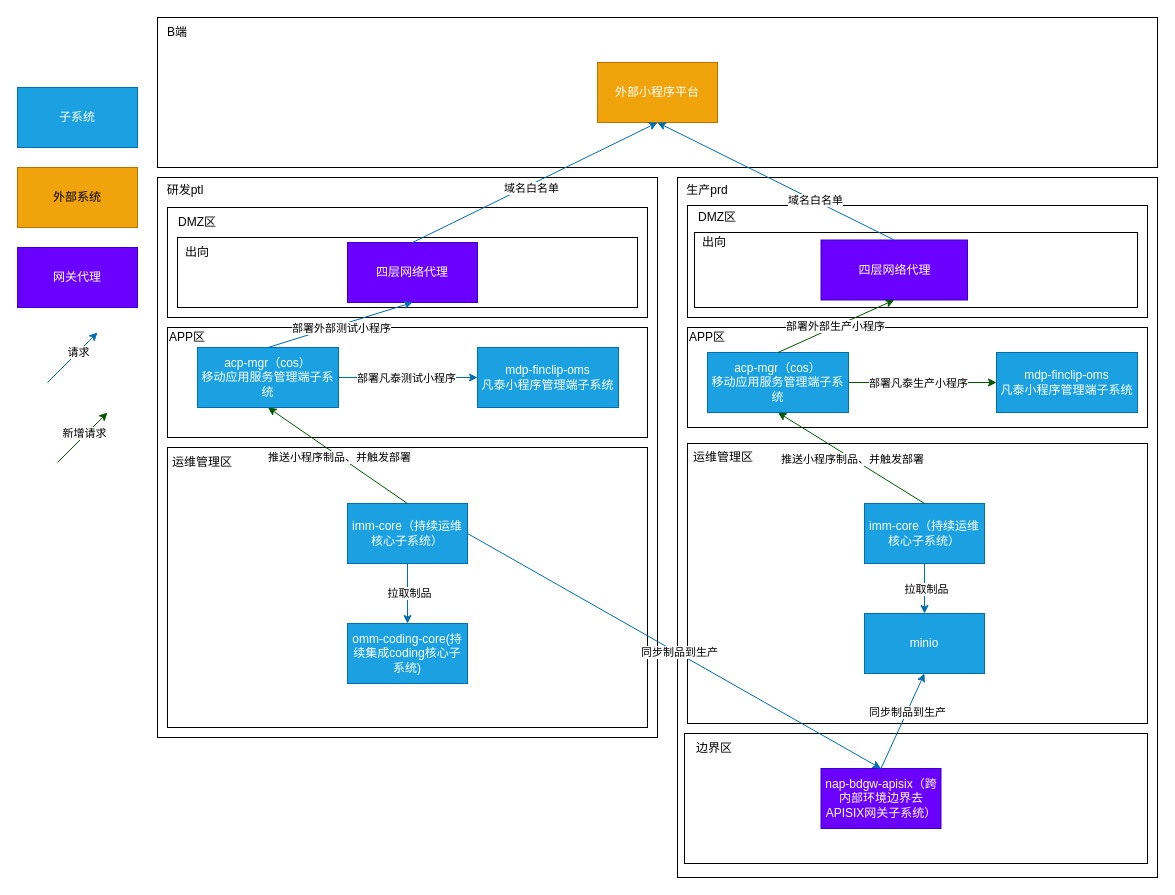
Above: 小程序发布部署架构图-生产有C端专区--发ptl finclip--生产cos.drawio in lao-chengyong/- (draw.io), before the change. Source tidied: cells renumbered, new cells numbered last; positions are measured from the earlier drawing's top-left corner, leaving out a move shared by most shapes. Both pictures are drawn from the tidied source at 100%, with x=0, y=0 at pixel (17, 17).
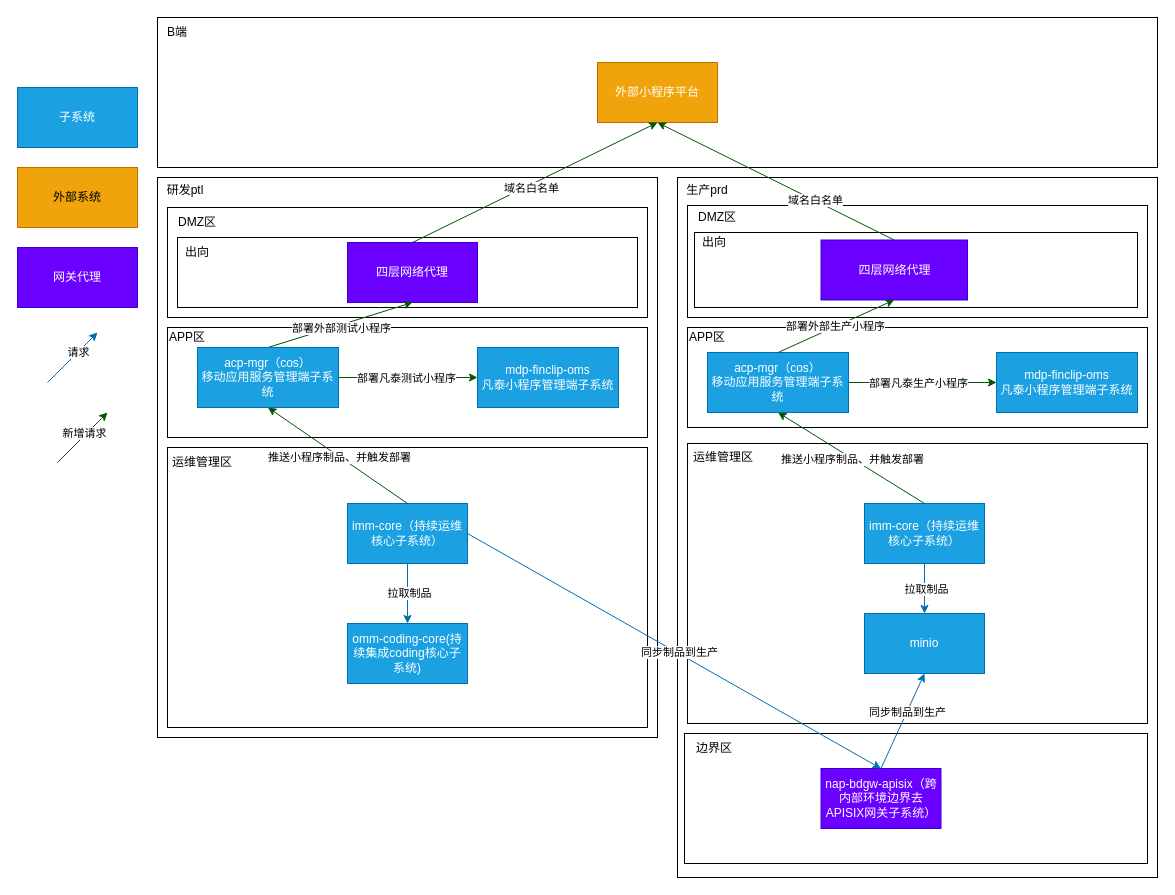
The same diagram, later.

Commit message:
更新小程序发布部署架构图-生产有C端专区--发ptl finclip--生产cos.drawio

Unchanged cells that the change refers to:
```xml
<mxCell id="16" value="四层网络代理" style="rounded=0;whiteSpace=wrap;html=1;fillColor=#6a00ff;fontColor=#ffffff;strokeColor=#3700CC;" parent="1" vertex="1">
  <mxGeometry x="330" y="225" width="130" height="60" as="geometry" />
</mxCell>
<mxCell id="17" value="四层网络代理" style="rounded=0;whiteSpace=wrap;html=1;fillColor=#6a00ff;fontColor=#ffffff;strokeColor=#3700CC;" parent="1" vertex="1">
  <mxGeometry x="803.5" y="222.5" width="146.5" height="60" as="geometry" />
</mxCell>
<mxCell id="26" value="外部小程序平台" style="rounded=0;whiteSpace=wrap;html=1;fillColor=#f0a30a;fontColor=#FFFFFF;strokeColor=#BD7000;" parent="1" vertex="1">
  <mxGeometry x="580" y="45" width="120" height="60" as="geometry" />
</mxCell>
<mxCell id="55" value="mdp-finclip-oms&lt;br&gt;凡泰小程序管理端子系统" style="rounded=0;whiteSpace=wrap;html=1;fillColor=#1ba1e2;fontColor=#ffffff;strokeColor=#006EAF;" parent="1" vertex="1">
  <mxGeometry x="460" y="330" width="141" height="60" as="geometry" />
</mxCell>
<mxCell id="69" value="acp-mgr（cos）&lt;br&gt;移动应用服务管理端子系统" style="rounded=0;whiteSpace=wrap;html=1;fillColor=#1ba1e2;fontColor=#ffffff;strokeColor=#006EAF;" parent="1" vertex="1">
  <mxGeometry x="180" y="330" width="141" height="60" as="geometry" />
</mxCell>
```

Change to the diagram source:
```diff
@@
-    <mxCell id="27" style="endArrow=classic;html=1;rounded=0;exitX=0.5;exitY=0;exitDx=0;exitDy=0;fillColor=#1ba1e2;strokeColor=#006EAF;entryX=0.5;entryY=1;entryDx=0;entryDy=0;" parent="1" edge="1" source="16" target="26">
+    <mxCell id="27" style="endArrow=classic;html=1;rounded=0;exitX=0.5;exitY=0;exitDx=0;exitDy=0;fillColor=#008a00;strokeColor=#005700;entryX=0.5;entryY=1;entryDx=0;entryDy=0;" parent="1" edge="1" source="16" target="26">
       <mxGeometry relative="1" as="geometry" />
     </mxCell>
@@
-    <mxCell id="29" style="endArrow=classic;html=1;rounded=0;exitX=0.5;exitY=0;exitDx=0;exitDy=0;fillColor=#1ba1e2;strokeColor=#006EAF;entryX=0.5;entryY=1;entryDx=0;entryDy=0;" parent="1" edge="1" source="17" target="26">
+    <mxCell id="29" style="endArrow=classic;html=1;rounded=0;exitX=0.5;exitY=0;exitDx=0;exitDy=0;fillColor=#008a00;strokeColor=#005700;entryX=0.5;entryY=1;entryDx=0;entryDy=0;" parent="1" edge="1" source="17" target="26">
       <mxGeometry relative="1" as="geometry" />
     </mxCell>
@@
-    <mxCell id="56" style="endArrow=classic;html=1;rounded=0;exitX=0.5;exitY=0;exitDx=0;exitDy=0;fillColor=#1ba1e2;strokeColor=#006EAF;entryX=0.5;entryY=1;entryDx=0;entryDy=0;" parent="1" edge="1" source="69" target="16">
+    <mxCell id="56" style="endArrow=classic;html=1;rounded=0;exitX=0.5;exitY=0;exitDx=0;exitDy=0;fillColor=#008a00;strokeColor=#005700;entryX=0.5;entryY=1;entryDx=0;entryDy=0;" parent="1" edge="1" source="69" target="16">
       <mxGeometry relative="1" as="geometry" />
     </mxCell>
@@
-    <mxCell id="58" style="endArrow=classic;html=1;rounded=0;exitX=1;exitY=0.5;exitDx=0;exitDy=0;fillColor=#1ba1e2;strokeColor=#006EAF;entryX=0;entryY=0.5;entryDx=0;entryDy=0;" parent="1" edge="1" source="69" target="55">
+    <mxCell id="58" style="endArrow=classic;html=1;rounded=0;exitX=1;exitY=0.5;exitDx=0;exitDy=0;fillColor=#008a00;strokeColor=#005700;entryX=0;entryY=0.5;entryDx=0;entryDy=0;" parent="1" edge="1" source="69" target="55">
       <mxGeometry relative="1" as="geometry" />
     </mxCell>
```
